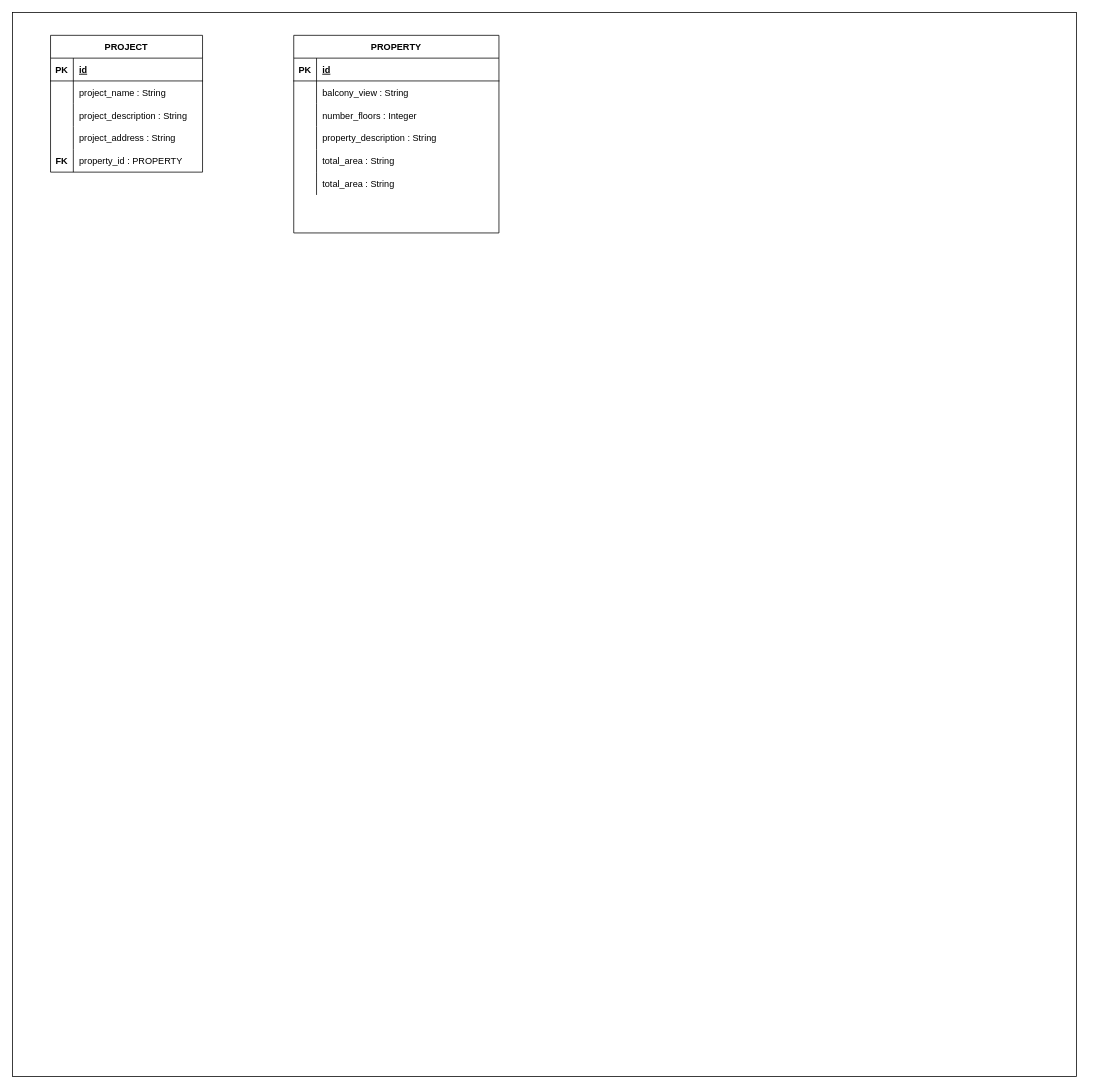
Before: ERD-DB.drawio in thaond1205/com.tahoo, a draw.io diagram. Source tidied: cells renumbered, new cells numbered last; positions are measured from the earlier drawing's top-left corner, leaving out a move shared by most shapes. Both pictures are drawn from the tidied source at 76%, with x=0, y=0 at pixel (12, 12).
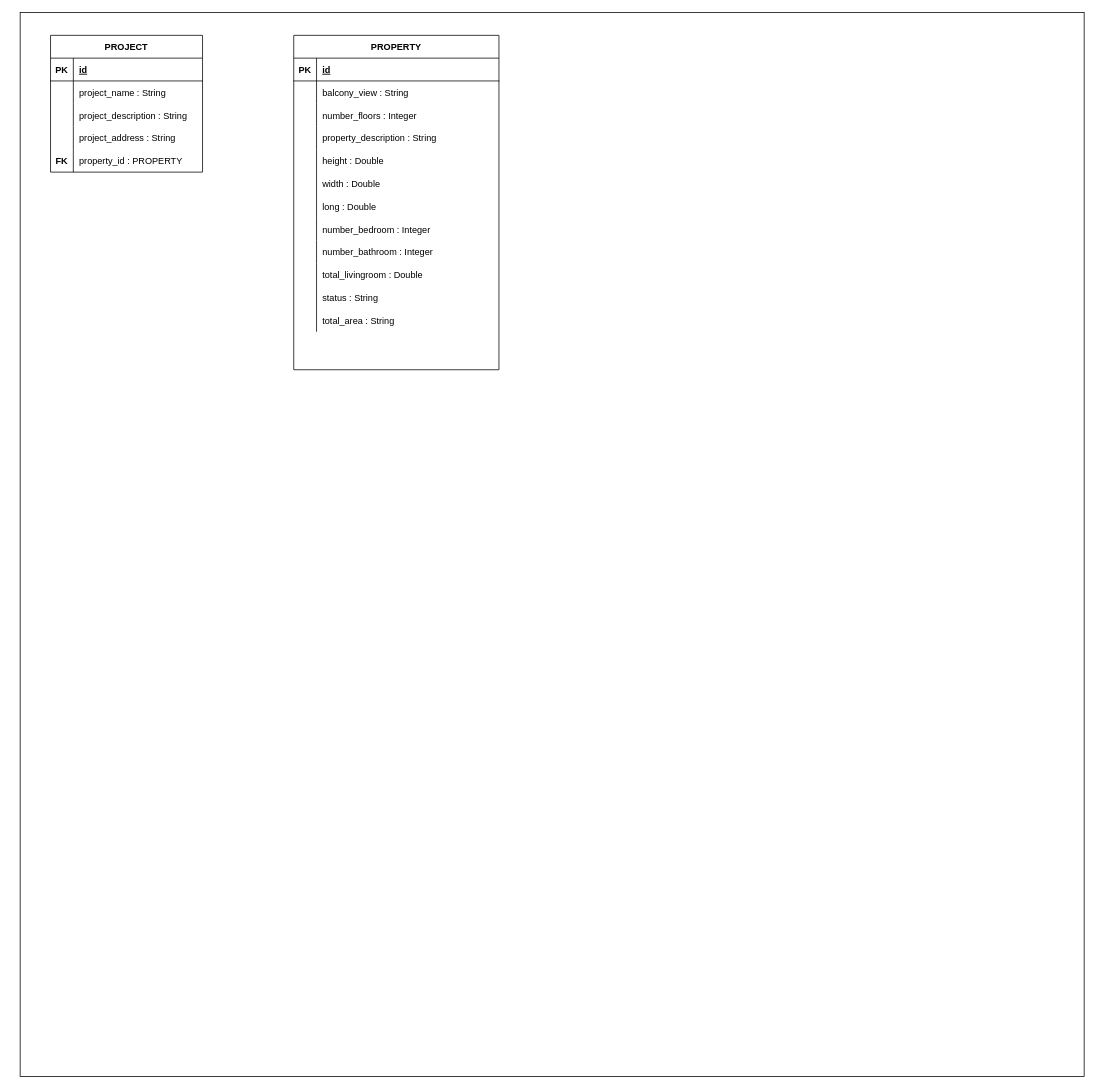
The same page after the edit.

The change refers to these unchanged cells:
```xml
<mxCell id="32" style="shape=partialRectangle;fillColor=none;top=0;left=0;bottom=0;right=0;" parent="19" vertex="1">
  <mxGeometry y="150" width="270" height="30" as="geometry" />
</mxCell>
<mxCell id="35" style="shape=partialRectangle;fillColor=none;top=0;left=0;bottom=0;right=0;" parent="19" vertex="1">
  <mxGeometry y="180" width="270" height="30" as="geometry" />
</mxCell>
```

Change to the diagram source:
```diff
@@
     <mxCell id="2" style="whiteSpace=wrap;html=1;" parent="1" vertex="1">
-      <mxGeometry width="1400" height="1400" as="geometry" />
+      <mxGeometry x="10" width="1400" height="1400" as="geometry" />
     </mxCell>
@@
     <mxCell id="19" value="PROPERTY" style="shape=table;startSize=30;childLayout=tableLayout;rowLines=0;fontStyle=1;align=center;" parent="1" vertex="1">
-      <mxGeometry x="370" y="30" width="270" height="260" as="geometry" />
+      <mxGeometry x="370" y="30" width="270" height="440" as="geometry" />
     </mxCell>
@@
-    <mxCell id="34" value="total_area : String" style="shape=partialRectangle;fillColor=none;top=0;left=0;bottom=0;right=0;align=left;spacingLeft=6;overflow=hidden;" parent="32" vertex="1">
+    <mxCell id="34" value="height : Double" style="shape=partialRectangle;fillColor=none;top=0;left=0;bottom=0;right=0;align=left;spacingLeft=6;overflow=hidden;" parent="32" vertex="1">
       <mxGeometry x="30" width="240" height="30" as="geometry" />
     </mxCell>
@@
-    <mxCell id="37" value="total_area : String" style="shape=partialRectangle;fillColor=none;top=0;left=0;bottom=0;right=0;align=left;spacingLeft=6;overflow=hidden;" parent="35" vertex="1">
+    <mxCell id="37" value="width : Double    " style="shape=partialRectangle;fillColor=none;top=0;left=0;bottom=0;right=0;align=left;spacingLeft=6;overflow=hidden;" parent="35" vertex="1">
       <mxGeometry x="30" width="240" height="30" as="geometry" />
     </mxCell>
+    <mxCell id="38" style="shape=partialRectangle;fillColor=none;top=0;left=0;bottom=0;right=0;" parent="19" vertex="1">
+      <mxGeometry y="210" width="270" height="30" as="geometry" />
+    </mxCell>
+    <mxCell id="39" style="shape=partialRectangle;fillColor=none;top=0;left=0;bottom=0;right=0;overflow=hidden;" parent="38" vertex="1">
+      <mxGeometry width="30" height="30" as="geometry" />
+    </mxCell>
+    <mxCell id="40" value="long : Double" style="shape=partialRectangle;fillColor=none;top=0;left=0;bottom=0;right=0;align=left;spacingLeft=6;overflow=hidden;" parent="38" vertex="1">
+      <mxGeometry x="30" width="240" height="30" as="geometry" />
+    </mxCell>
+    <mxCell id="41" style="shape=partialRectangle;fillColor=none;top=0;left=0;bottom=0;right=0;" parent="19" vertex="1">
+      <mxGeometry y="240" width="270" height="30" as="geometry" />
+    </mxCell>
+    <mxCell id="42" style="shape=partialRectangle;fillColor=none;top=0;left=0;bottom=0;right=0;overflow=hidden;" parent="41" vertex="1">
+      <mxGeometry width="30" height="30" as="geometry" />
+    </mxCell>
+    <mxCell id="43" value="number_bedroom : Integer" style="shape=partialRectangle;fillColor=none;top=0;left=0;bottom=0;right=0;align=left;spacingLeft=6;overflow=hidden;" parent="41" vertex="1">
+      <mxGeometry x="30" width="240" height="30" as="geometry" />
+    </mxCell>
+    <mxCell id="44" style="shape=partialRectangle;fillColor=none;top=0;left=0;bottom=0;right=0;" parent="19" vertex="1">
+      <mxGeometry y="270" width="270" height="30" as="geometry" />
+    </mxCell>
+    <mxCell id="45" style="shape=partialRectangle;fillColor=none;top=0;left=0;bottom=0;right=0;overflow=hidden;" parent="44" vertex="1">
+      <mxGeometry width="30" height="30" as="geometry" />
+    </mxCell>
+    <mxCell id="46" value="number_bathroom : Integer" style="shape=partialRectangle;fillColor=none;top=0;left=0;bottom=0;right=0;align=left;spacingLeft=6;overflow=hidden;" parent="44" vertex="1">
+      <mxGeometry x="30" width="240" height="30" as="geometry" />
+    </mxCell>
+    <mxCell id="47" style="shape=partialRectangle;fillColor=none;top=0;left=0;bottom=0;right=0;" parent="19" vertex="1">
+      <mxGeometry y="300" width="270" height="30" as="geometry" />
+    </mxCell>
+    <mxCell id="48" style="shape=partialRectangle;fillColor=none;top=0;left=0;bottom=0;right=0;overflow=hidden;" parent="47" vertex="1">
+      <mxGeometry width="30" height="30" as="geometry" />
+    </mxCell>
+    <mxCell id="49" value="total_livingroom : Double" style="shape=partialRectangle;fillColor=none;top=0;left=0;bottom=0;right=0;align=left;spacingLeft=6;overflow=hidden;" parent="47" vertex="1">
+      <mxGeometry x="30" width="240" height="30" as="geometry" />
+    </mxCell>
+    <mxCell id="50" style="shape=partialRectangle;fillColor=none;top=0;left=0;bottom=0;right=0;" parent="19" vertex="1">
+      <mxGeometry y="330" width="270" height="30" as="geometry" />
+    </mxCell>
+    <mxCell id="51" style="shape=partialRectangle;fillColor=none;top=0;left=0;bottom=0;right=0;overflow=hidden;" parent="50" vertex="1">
+      <mxGeometry width="30" height="30" as="geometry" />
+    </mxCell>
+    <mxCell id="52" value="status : String" style="shape=partialRectangle;fillColor=none;top=0;left=0;bottom=0;right=0;align=left;spacingLeft=6;overflow=hidden;" parent="50" vertex="1">
+      <mxGeometry x="30" width="240" height="30" as="geometry" />
+    </mxCell>
+    <mxCell id="53" style="shape=partialRectangle;fillColor=none;top=0;left=0;bottom=0;right=0;" parent="19" vertex="1">
+      <mxGeometry y="360" width="270" height="30" as="geometry" />
+    </mxCell>
+    <mxCell id="54" style="shape=partialRectangle;fillColor=none;top=0;left=0;bottom=0;right=0;overflow=hidden;" parent="53" vertex="1">
+      <mxGeometry width="30" height="30" as="geometry" />
+    </mxCell>
+    <mxCell id="55" value="total_area : String" style="shape=partialRectangle;fillColor=none;top=0;left=0;bottom=0;right=0;align=left;spacingLeft=6;overflow=hidden;" parent="53" vertex="1">
+      <mxGeometry x="30" width="240" height="30" as="geometry" />
+    </mxCell>
```
